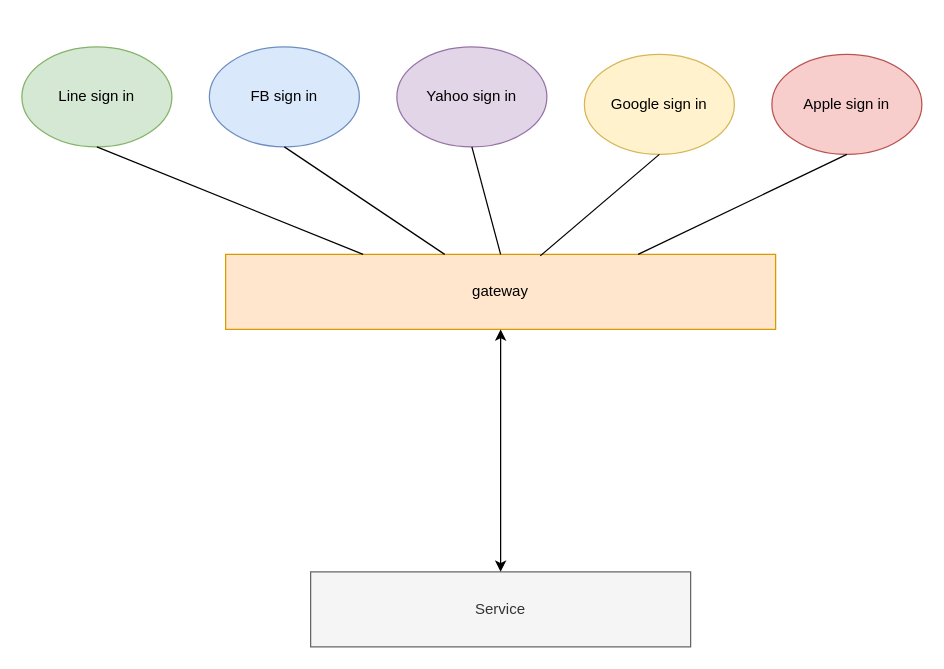
way11229/signIn keeps this draw.io diagram as signIn.drawio. Above is the earlier version. Source tidied: cells renumbered, new cells numbered last; positions are measured from the earlier drawing's top-left corner, leaving out a move shared by most shapes. Both pictures are drawn from the tidied source at 125%, with x=0, y=0 at pixel (21, 46).
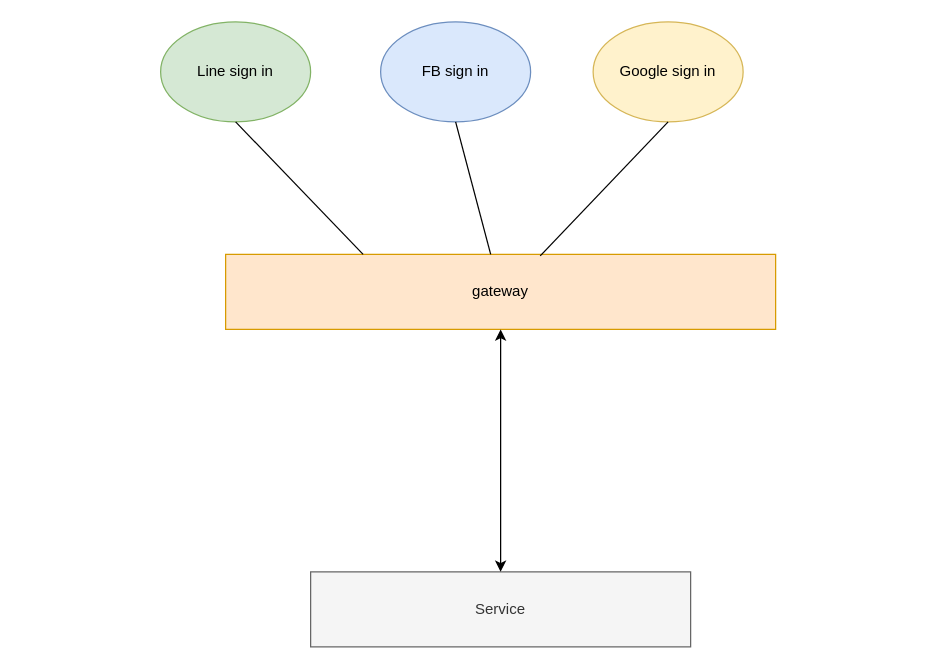
The same page after the edit.

The edit, as a diff of the source:
```diff
@@
 <mxGraphModel>
   <root>
     <mxCell id="0" />
     <mxCell id="1" parent="0" />
     <mxCell id="2" value="gateway" style="rounded=0;whiteSpace=wrap;html=1;fillColor=#ffe6cc;strokeColor=#d79b00;" parent="1" vertex="1">
       <mxGeometry x="163" y="166" width="440" height="60" as="geometry" />
     </mxCell>
     <mxCell id="3" value="Line sign in" style="ellipse;whiteSpace=wrap;html=1;fillColor=#d5e8d4;strokeColor=#82b366;" parent="1" vertex="1">
-      <mxGeometry width="120" height="80" as="geometry" />
+      <mxGeometry x="111" y="-20" width="120" height="80" as="geometry" />
     </mxCell>
     <mxCell id="4" value="FB sign in" style="ellipse;whiteSpace=wrap;html=1;fillColor=#dae8fc;strokeColor=#6c8ebf;" parent="1" vertex="1">
-      <mxGeometry x="150" width="120" height="80" as="geometry" />
+      <mxGeometry x="287" y="-20" width="120" height="80" as="geometry" />
     </mxCell>
-    <mxCell id="5" value="Yahoo sign in" style="ellipse;whiteSpace=wrap;html=1;fillColor=#e1d5e7;strokeColor=#9673a6;" parent="1" vertex="1">
-      <mxGeometry x="300" width="120" height="80" as="geometry" />
-    </mxCell>
     <mxCell id="6" value="Google sign in" style="ellipse;whiteSpace=wrap;html=1;fillColor=#fff2cc;strokeColor=#d6b656;" parent="1" vertex="1">
-      <mxGeometry x="450" y="6" width="120" height="80" as="geometry" />
+      <mxGeometry x="457" y="-20" width="120" height="80" as="geometry" />
     </mxCell>
-    <mxCell id="7" value="Apple sign in" style="ellipse;whiteSpace=wrap;html=1;fillColor=#f8cecc;strokeColor=#b85450;" parent="1" vertex="1">
-      <mxGeometry x="600" y="6" width="120" height="80" as="geometry" />
-    </mxCell>
-    <mxCell id="8" style="endArrow=none;html=1;exitX=0.25;exitY=0;exitDx=0;exitDy=0;" parent="1" edge="1" source="2">
-      <mxGeometry relative="1" as="geometry">
-        <mxPoint x="60" y="80" as="targetPoint" />
-      </mxGeometry>
+    <mxCell id="8" style="endArrow=none;html=1;exitX=0.25;exitY=0;exitDx=0;exitDy=0;entryX=0.5;entryY=1;entryDx=0;entryDy=0;" parent="1" edge="1" source="2" target="3">
+      <mxGeometry relative="1" as="geometry" />
     </mxCell>
     <mxCell id="9" style="endArrow=none;html=1;entryX=0.5;entryY=1;entryDx=0;entryDy=0;" parent="1" edge="1" source="2" target="4">
       <mxGeometry relative="1" as="geometry" />
     </mxCell>
-    <mxCell id="10" style="endArrow=none;html=1;entryX=0.5;entryY=1;entryDx=0;entryDy=0;exitX=0.5;exitY=0;exitDx=0;exitDy=0;" parent="1" edge="1" source="2">
-      <mxGeometry relative="1" as="geometry">
-        <mxPoint x="360" y="80" as="targetPoint" />
-      </mxGeometry>
-    </mxCell>
     <mxCell id="11" style="endArrow=none;html=1;entryX=0.5;entryY=1;entryDx=0;entryDy=0;exitX=0.572;exitY=0.02;exitDx=0;exitDy=0;exitPerimeter=0;" parent="1" edge="1" source="2" target="6">
       <mxGeometry relative="1" as="geometry" />
     </mxCell>
-    <mxCell id="12" style="endArrow=none;html=1;entryX=0.5;entryY=1;entryDx=0;entryDy=0;exitX=0.75;exitY=0;exitDx=0;exitDy=0;" parent="1" edge="1" source="2">
-      <mxGeometry relative="1" as="geometry">
-        <mxPoint x="660" y="86" as="targetPoint" />
-      </mxGeometry>
-    </mxCell>
     <mxCell id="13" value="Service" style="rounded=0;whiteSpace=wrap;html=1;fillColor=#f5f5f5;strokeColor=#666666;fontColor=#333333;" parent="1" vertex="1">
       <mxGeometry x="231" y="420" width="304" height="60" as="geometry" />
     </mxCell>
     <mxCell id="14" style="endArrow=classic;startArrow=classic;html=1;entryX=0.5;entryY=1;entryDx=0;entryDy=0;exitX=0.5;exitY=0;exitDx=0;exitDy=0;" parent="1" edge="1" source="13" target="2">
       <mxGeometry relative="1" as="geometry" />
     </mxCell>
   </root>
 </mxGraphModel>
```
